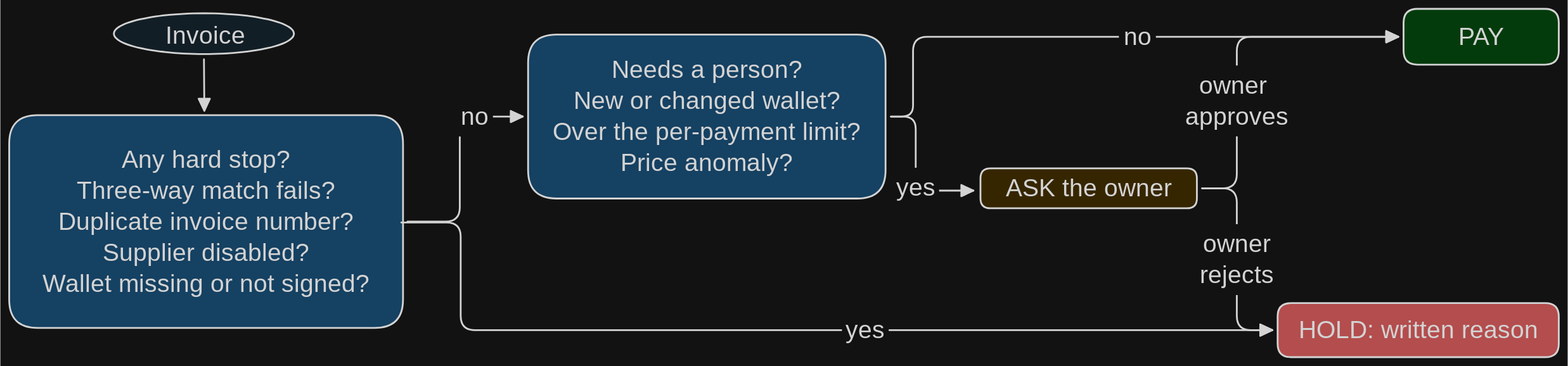
Before: docs/assets/diagrams/the-fixed-rule-dark.svg, a diagram exported from Excalidraw (JaDi03/embco). Source tidied: one line per element, renumbered; positions are measured from the earlier drawing's top-left corner, leaving out a move shared by most shapes. The source it was exported from:
```json
{"id": 0, "type": "ellipse", "strokeColor": "#1e1e1e", "backgroundColor": "#e7f5ff", "fillStyle": "solid", "strokeWidth": 2, "roughness": 0, "x": 118, "y": 5, "width": 203, "height": 46}
{"id": 1, "type": "text", "text": "Invoice", "strokeColor": "#1e1e1e", "backgroundColor": "#69db7c", "fillStyle": "solid", "strokeWidth": 2, "roughness": 0, "fontSize": 28, "fontFamily": 6, "x": 176, "y": 12, "width": 87, "height": 35}
{"id": 2, "type": "arrow", "strokeColor": "#1e1e1e", "backgroundColor": "#69db7c", "fillStyle": "solid", "strokeWidth": 2, "roughness": 0, "endArrowhead": "triangle", "round": true, "from": 0, "x": 220, "y": 57, "width": 0, "height": 58, "points": [[0, 0], [0, 58]]}
{"id": 3, "type": "rectangle", "strokeColor": "#1e1e1e", "backgroundColor": "#a5d8ff", "fillStyle": "solid", "strokeWidth": 2, "roughness": 0, "round": true, "x": 0, "y": 120, "width": 444, "height": 240}
{"id": 4, "type": "text", "text": "Any hard stop?\nThree-way match fails?\nDuplicate invoice number?\nSupplier disabled?\nWallet missing or not signed?", "strokeColor": "#1e1e1e", "strokeWidth": 2, "roughness": 1, "fontSize": 28, "fontFamily": 6, "textAlign": "center", "verticalAlign": "middle", "inside": 3, "x": 34, "y": 152, "width": 376, "height": 175}
{"id": 5, "type": "rectangle", "strokeColor": "#1e1e1e", "backgroundColor": "#a5d8ff", "fillStyle": "solid", "strokeWidth": 2, "roughness": 0, "round": true, "x": 585, "y": 29, "width": 403, "height": 185}
{"id": 6, "type": "text", "text": "Needs a person?\nNew or changed wallet?\nOver the per-payment limit?\nPrice anomaly?", "strokeColor": "#1e1e1e", "strokeWidth": 2, "roughness": 1, "fontSize": 28, "fontFamily": 6, "textAlign": "center", "verticalAlign": "middle", "inside": 5, "x": 608, "y": 52, "width": 356, "height": 140}
{"id": 7, "type": "arrow", "strokeColor": "#1e1e1e", "strokeWidth": 2, "roughness": 0, "endArrowhead": "triangle", "x": 449, "y": 240, "width": 130, "height": 119, "points": [[0, 0], [59, 0], [59, -119], [130, -119]]}
{"id": 8, "type": "text", "text": "no", "strokeColor": "#1e1e1e", "strokeWidth": 2, "roughness": 1, "fontSize": 28, "fontFamily": 6, "textAlign": "center", "verticalAlign": "middle", "inside": 7, "x": 509, "y": 104, "width": 32, "height": 35}
{"id": 9, "type": "rectangle", "strokeColor": "#1e1e1e", "backgroundColor": "#b2f2bb", "fillStyle": "solid", "strokeWidth": 2, "roughness": 0, "round": true, "x": 1572, "y": 0, "width": 175, "height": 63}
{"id": 10, "type": "text", "text": "PAY", "strokeColor": "#1e1e1e", "strokeWidth": 2, "roughness": 1, "fontSize": 28, "fontFamily": 6, "textAlign": "center", "verticalAlign": "middle", "inside": 9, "x": 1634, "y": 14, "width": 51, "height": 35}
{"id": 11, "type": "rectangle", "strokeColor": "#1e1e1e", "backgroundColor": "#ffec99", "fillStyle": "solid", "strokeWidth": 2, "roughness": 0, "round": true, "x": 1095, "y": 180, "width": 244, "height": 45}
{"id": 12, "type": "text", "text": "ASK the owner", "strokeColor": "#1e1e1e", "strokeWidth": 2, "roughness": 1, "fontSize": 28, "fontFamily": 6, "textAlign": "center", "verticalAlign": "middle", "inside": 11, "x": 1121, "y": 185, "width": 191, "height": 35}
{"id": 13, "type": "rectangle", "strokeColor": "#1e1e1e", "backgroundColor": "#ff8787", "fillStyle": "solid", "strokeWidth": 2, "roughness": 0, "round": true, "x": 1430, "y": 332, "width": 317, "height": 61}
{"id": 14, "type": "text", "text": "HOLD: written reason", "strokeColor": "#1e1e1e", "strokeWidth": 2, "roughness": 1, "fontSize": 28, "fontFamily": 6, "textAlign": "center", "verticalAlign": "middle", "inside": 13, "x": 1450, "y": 345, "width": 276, "height": 35}
{"id": 15, "type": "arrow", "strokeColor": "#1e1e1e", "strokeWidth": 2, "roughness": 0, "endArrowhead": "triangle", "to": 13, "x": 442, "y": 241, "width": 982, "height": 122, "points": [[0, 0], [67, 0], [67, 122], [982, 122]]}
{"id": 16, "type": "text", "text": "yes", "strokeColor": "#1e1e1e", "strokeWidth": 2, "roughness": 1, "fontSize": 28, "fontFamily": 6, "textAlign": "center", "verticalAlign": "middle", "inside": 15, "x": 944, "y": 345, "width": 43, "height": 35}
{"id": 17, "type": "arrow", "strokeColor": "#1e1e1e", "strokeWidth": 2, "roughness": 0, "endArrowhead": "triangle", "from": 5, "to": 9, "x": 994, "y": 122, "width": 572, "height": 90, "points": [[0, 0], [25, 0], [25, -90], [572, -90]]}
{"id": 18, "type": "text", "text": "no", "strokeColor": "#1e1e1e", "strokeWidth": 2, "roughness": 1, "fontSize": 28, "fontFamily": 6, "textAlign": "center", "verticalAlign": "middle", "inside": 17, "x": 1256, "y": 14, "width": 32, "height": 35}
{"id": 19, "type": "arrow", "strokeColor": "#1e1e1e", "strokeWidth": 2, "roughness": 0, "endArrowhead": "triangle", "x": 994, "y": 122, "width": 93, "height": 84, "points": [[0, 0], [28, 0], [28, 84], [93, 84]]}
{"id": 20, "type": "text", "text": "yes", "strokeColor": "#1e1e1e", "strokeWidth": 2, "roughness": 1, "fontSize": 28, "fontFamily": 6, "textAlign": "center", "verticalAlign": "middle", "inside": 19, "x": 1001, "y": 184, "width": 43, "height": 35}
{"id": 21, "type": "arrow", "strokeColor": "#1e1e1e", "strokeWidth": 2, "roughness": 0, "endArrowhead": "triangle", "from": 11, "to": 9, "x": 1345, "y": 203, "width": 221, "height": 171, "points": [[0, 0], [39, 0], [39, -171], [221, -171]]}
{"id": 22, "type": "text", "text": "owner \napproves", "strokeColor": "#1e1e1e", "strokeWidth": 2, "roughness": 1, "fontSize": 28, "fontFamily": 6, "textAlign": "center", "verticalAlign": "middle", "inside": 21, "x": 1326, "y": 69, "width": 116, "height": 70}
{"id": 23, "type": "arrow", "strokeColor": "#1e1e1e", "strokeWidth": 2, "roughness": 0, "endArrowhead": "triangle", "from": 11, "to": 13, "x": 1345, "y": 203, "width": 79, "height": 160, "points": [[0, 0], [39, 0], [39, 160], [79, 160]]}
{"id": 24, "type": "text", "text": "owner\nrejects", "strokeColor": "#1e1e1e", "strokeWidth": 2, "roughness": 1, "fontSize": 28, "fontFamily": 6, "textAlign": "center", "verticalAlign": "middle", "inside": 23, "x": 1342, "y": 248, "width": 83, "height": 70}
```
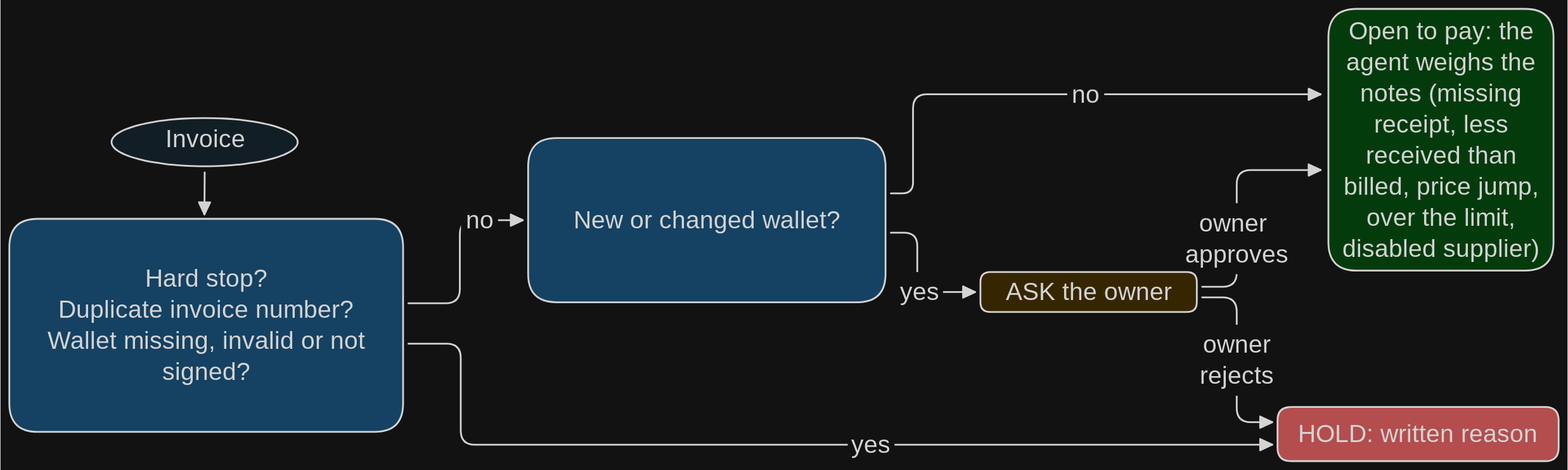
Later version of the same file.

What changed in the source:
```diff
@@ -1,25 +1,25 @@
-{"id": 0, "type": "ellipse", "strokeColor": "#1e1e1e", "backgroundColor": "#e7f5ff", "fillStyle": "solid", "strokeWidth": 2, "roughness": 0, "x": 118, "y": 5, "width": 203, "height": 46}
+{"id": 0, "type": "ellipse", "strokeColor": "#1e1e1e", "backgroundColor": "#e7f5ff", "fillStyle": "solid", "strokeWidth": 2, "roughness": 0, "x": 115, "y": 6, "width": 210, "height": 54}
 {"id": 1, "type": "text", "text": "Invoice", "strokeColor": "#1e1e1e", "backgroundColor": "#69db7c", "fillStyle": "solid", "strokeWidth": 2, "roughness": 0, "fontSize": 28, "fontFamily": 6, "x": 176, "y": 12, "width": 87, "height": 35}
-{"id": 2, "type": "arrow", "strokeColor": "#1e1e1e", "backgroundColor": "#69db7c", "fillStyle": "solid", "strokeWidth": 2, "roughness": 0, "endArrowhead": "triangle", "round": true, "from": 0, "x": 220, "y": 57, "width": 0, "height": 58, "points": [[0, 0], [0, 58]]}
+{"id": 2, "type": "arrow", "strokeColor": "#1e1e1e", "backgroundColor": "#69db7c", "fillStyle": "solid", "strokeWidth": 2, "roughness": 0, "endArrowhead": "triangle", "round": true, "from": 0, "x": 220, "y": 68, "width": 0, "height": 47, "points": [[0, 0], [0, 47]]}
 {"id": 3, "type": "rectangle", "strokeColor": "#1e1e1e", "backgroundColor": "#a5d8ff", "fillStyle": "solid", "strokeWidth": 2, "roughness": 0, "round": true, "x": 0, "y": 120, "width": 444, "height": 240}
-{"id": 4, "type": "text", "text": "Any hard stop?\nThree-way match fails?\nDuplicate invoice number?\nSupplier disabled?\nWallet missing or not signed?", "strokeColor": "#1e1e1e", "strokeWidth": 2, "roughness": 1, "fontSize": 28, "fontFamily": 6, "textAlign": "center", "verticalAlign": "middle", "inside": 3, "x": 34, "y": 152, "width": 376, "height": 175}
+{"id": 4, "type": "text", "text": "Hard stop?\nDuplicate invoice number?\nWallet missing, invalid or not\nsigned?", "strokeColor": "#1e1e1e", "strokeWidth": 2, "roughness": 1, "fontSize": 28, "fontFamily": 6, "textAlign": "center", "verticalAlign": "middle", "inside": 3, "x": 37, "y": 170, "width": 369, "height": 140}
 {"id": 5, "type": "rectangle", "strokeColor": "#1e1e1e", "backgroundColor": "#a5d8ff", "fillStyle": "solid", "strokeWidth": 2, "roughness": 0, "round": true, "x": 585, "y": 29, "width": 403, "height": 185}
-{"id": 6, "type": "text", "text": "Needs a person?\nNew or changed wallet?\nOver the per-payment limit?\nPrice anomaly?", "strokeColor": "#1e1e1e", "strokeWidth": 2, "roughness": 1, "fontSize": 28, "fontFamily": 6, "textAlign": "center", "verticalAlign": "middle", "inside": 5, "x": 608, "y": 52, "width": 356, "height": 140}
+{"id": 6, "type": "text", "text": "New or changed wallet?", "strokeColor": "#1e1e1e", "strokeWidth": 2, "roughness": 1, "fontSize": 28, "fontFamily": 6, "textAlign": "center", "verticalAlign": "middle", "inside": 5, "x": 633, "y": 104, "width": 307, "height": 35}
-{"id": 7, "type": "arrow", "strokeColor": "#1e1e1e", "strokeWidth": 2, "roughness": 0, "endArrowhead": "triangle", "x": 449, "y": 240, "width": 130, "height": 119, "points": [[0, 0], [59, 0], [59, -119], [130, -119]]}
+{"id": 7, "type": "arrow", "strokeColor": "#1e1e1e", "strokeWidth": 2, "roughness": 0, "endArrowhead": "triangle", "from": 3, "x": 450, "y": 215, "width": 129, "height": 94, "points": [[0, 0], [58, 0], [58, -94], [129, -94]]}
 {"id": 8, "type": "text", "text": "no", "strokeColor": "#1e1e1e", "strokeWidth": 2, "roughness": 1, "fontSize": 28, "fontFamily": 6, "textAlign": "center", "verticalAlign": "middle", "inside": 7, "x": 509, "y": 104, "width": 32, "height": 35}
-{"id": 9, "type": "rectangle", "strokeColor": "#1e1e1e", "backgroundColor": "#b2f2bb", "fillStyle": "solid", "strokeWidth": 2, "roughness": 0, "round": true, "x": 1572, "y": 0, "width": 175, "height": 63}
+{"id": 9, "type": "rectangle", "strokeColor": "#1e1e1e", "backgroundColor": "#b2f2bb", "fillStyle": "solid", "strokeWidth": 2, "roughness": 0, "round": true, "x": 1487, "y": -117, "width": 254, "height": 295}
-{"id": 10, "type": "text", "text": "PAY", "strokeColor": "#1e1e1e", "strokeWidth": 2, "roughness": 1, "fontSize": 28, "fontFamily": 6, "textAlign": "center", "verticalAlign": "middle", "inside": 9, "x": 1634, "y": 14, "width": 51, "height": 35}
+{"id": 10, "type": "text", "text": "Open to pay: the\nagent weighs the\nnotes (missing\nreceipt, less\nreceived than\nbilled, price jump,\nover the limit,\ndisabled supplier)", "strokeColor": "#1e1e1e", "strokeWidth": 2, "roughness": 1, "fontSize": 28, "fontFamily": 6, "textAlign": "center", "verticalAlign": "middle", "inside": 9, "x": 1501, "y": -109, "width": 227, "height": 280}
 {"id": 11, "type": "rectangle", "strokeColor": "#1e1e1e", "backgroundColor": "#ffec99", "fillStyle": "solid", "strokeWidth": 2, "roughness": 0, "round": true, "x": 1095, "y": 180, "width": 244, "height": 45}
 {"id": 12, "type": "text", "text": "ASK the owner", "strokeColor": "#1e1e1e", "strokeWidth": 2, "roughness": 1, "fontSize": 28, "fontFamily": 6, "textAlign": "center", "verticalAlign": "middle", "inside": 11, "x": 1121, "y": 185, "width": 191, "height": 35}
 {"id": 13, "type": "rectangle", "strokeColor": "#1e1e1e", "backgroundColor": "#ff8787", "fillStyle": "solid", "strokeWidth": 2, "roughness": 0, "round": true, "x": 1430, "y": 332, "width": 317, "height": 61}
 {"id": 14, "type": "text", "text": "HOLD: written reason", "strokeColor": "#1e1e1e", "strokeWidth": 2, "roughness": 1, "fontSize": 28, "fontFamily": 6, "textAlign": "center", "verticalAlign": "middle", "inside": 13, "x": 1450, "y": 345, "width": 276, "height": 35}
-{"id": 15, "type": "arrow", "strokeColor": "#1e1e1e", "strokeWidth": 2, "roughness": 0, "endArrowhead": "triangle", "to": 13, "x": 442, "y": 241, "width": 982, "height": 122, "points": [[0, 0], [67, 0], [67, 122], [982, 122]]}
+{"id": 15, "type": "arrow", "strokeColor": "#1e1e1e", "strokeWidth": 2, "roughness": 0, "endArrowhead": "triangle", "from": 3, "to": 13, "x": 450, "y": 261, "width": 974, "height": 114, "points": [[0, 0], [59, 0], [59, 114], [974, 114]]}
 {"id": 16, "type": "text", "text": "yes", "strokeColor": "#1e1e1e", "strokeWidth": 2, "roughness": 1, "fontSize": 28, "fontFamily": 6, "textAlign": "center", "verticalAlign": "middle", "inside": 15, "x": 944, "y": 345, "width": 43, "height": 35}
-{"id": 17, "type": "arrow", "strokeColor": "#1e1e1e", "strokeWidth": 2, "roughness": 0, "endArrowhead": "triangle", "from": 5, "to": 9, "x": 994, "y": 122, "width": 572, "height": 90, "points": [[0, 0], [25, 0], [25, -90], [572, -90]]}
+{"id": 17, "type": "arrow", "strokeColor": "#1e1e1e", "strokeWidth": 2, "roughness": 0, "endArrowhead": "triangle", "from": 5, "to": 9, "x": 994, "y": 91, "width": 485, "height": 112, "points": [[0, 0], [25, 0], [25, -112], [485, -112]]}
 {"id": 18, "type": "text", "text": "no", "strokeColor": "#1e1e1e", "strokeWidth": 2, "roughness": 1, "fontSize": 28, "fontFamily": 6, "textAlign": "center", "verticalAlign": "middle", "inside": 17, "x": 1256, "y": 14, "width": 32, "height": 35}
-{"id": 19, "type": "arrow", "strokeColor": "#1e1e1e", "strokeWidth": 2, "roughness": 0, "endArrowhead": "triangle", "x": 994, "y": 122, "width": 93, "height": 84, "points": [[0, 0], [28, 0], [28, 84], [93, 84]]}
+{"id": 19, "type": "arrow", "strokeColor": "#1e1e1e", "strokeWidth": 2, "roughness": 0, "endArrowhead": "triangle", "from": 5, "x": 994, "y": 136, "width": 95, "height": 67, "points": [[0, 0], [30, 0], [30, 67], [95, 67]]}
 {"id": 20, "type": "text", "text": "yes", "strokeColor": "#1e1e1e", "strokeWidth": 2, "roughness": 1, "fontSize": 28, "fontFamily": 6, "textAlign": "center", "verticalAlign": "middle", "inside": 19, "x": 1001, "y": 184, "width": 43, "height": 35}
-{"id": 21, "type": "arrow", "strokeColor": "#1e1e1e", "strokeWidth": 2, "roughness": 0, "endArrowhead": "triangle", "from": 11, "to": 9, "x": 1345, "y": 203, "width": 221, "height": 171, "points": [[0, 0], [39, 0], [39, -171], [221, -171]]}
+{"id": 21, "type": "arrow", "strokeColor": "#1e1e1e", "strokeWidth": 2, "roughness": 0, "endArrowhead": "triangle", "from": 11, "to": 9, "x": 1345, "y": 196, "width": 134, "height": 131, "points": [[0, 0], [39, 0], [39, -131], [134, -131]]}
 {"id": 22, "type": "text", "text": "owner \napproves", "strokeColor": "#1e1e1e", "strokeWidth": 2, "roughness": 1, "fontSize": 28, "fontFamily": 6, "textAlign": "center", "verticalAlign": "middle", "inside": 21, "x": 1326, "y": 69, "width": 116, "height": 70}
-{"id": 23, "type": "arrow", "strokeColor": "#1e1e1e", "strokeWidth": 2, "roughness": 0, "endArrowhead": "triangle", "from": 11, "to": 13, "x": 1345, "y": 203, "width": 79, "height": 160, "points": [[0, 0], [39, 0], [39, 160], [79, 160]]}
+{"id": 23, "type": "arrow", "strokeColor": "#1e1e1e", "strokeWidth": 2, "roughness": 0, "endArrowhead": "triangle", "from": 11, "to": 13, "x": 1345, "y": 209, "width": 79, "height": 141, "points": [[0, 0], [39, 0], [39, 141], [79, 141]]}
 {"id": 24, "type": "text", "text": "owner\nrejects", "strokeColor": "#1e1e1e", "strokeWidth": 2, "roughness": 1, "fontSize": 28, "fontFamily": 6, "textAlign": "center", "verticalAlign": "middle", "inside": 23, "x": 1342, "y": 248, "width": 83, "height": 70}
```
